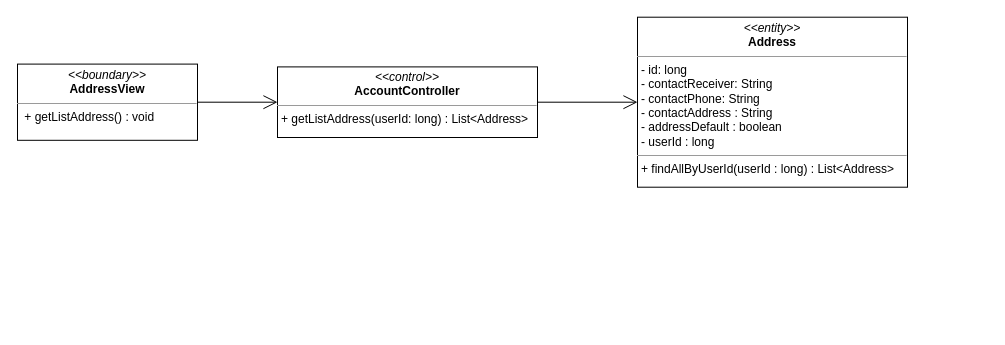
The draw.io diagram class diagram/get-list-address-class-diagram.drawio in nguyenphamvan/datn_20202, before the edit. Source tidied: cells renumbered, new cells numbered last; positions are measured from the earlier drawing's top-left corner, leaving out a move shared by most shapes. Both pictures are drawn from the tidied source at 100%, with x=0, y=0 at pixel (17, 17).
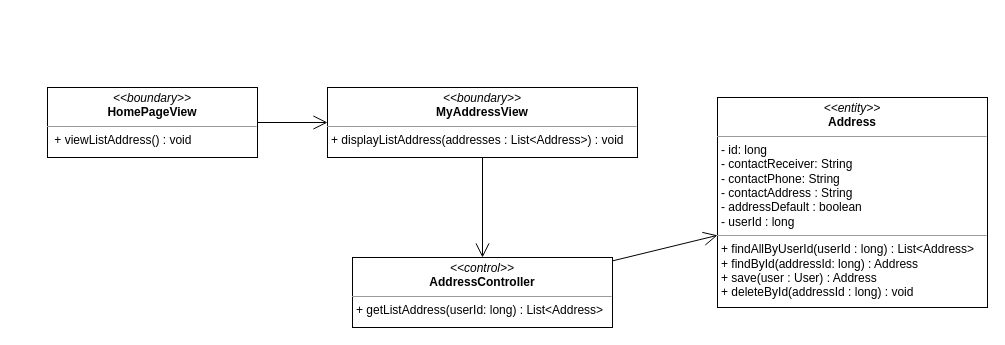
After the change.

Diff of the diagram source:
```diff
@@
 <mxGraphModel>
   <root>
     <mxCell id="0" />
     <mxCell id="1" parent="0" />
-    <mxCell id="2" value="&lt;p style=&quot;margin: 0px ; margin-top: 4px ; text-align: center&quot;&gt;&lt;i&gt;&amp;lt;&amp;lt;boundary&amp;gt;&amp;gt;&lt;/i&gt;&lt;br&gt;&lt;b&gt;AddressView&lt;/b&gt;&lt;/p&gt;&lt;hr size=&quot;1&quot;&gt;&lt;p style=&quot;margin: 0px ; margin-left: 4px&quot;&gt;&lt;span&gt;&amp;nbsp;&lt;/span&gt;&lt;span&gt;+ getListAddress() : void&lt;/span&gt;&lt;/p&gt;" style="verticalAlign=top;align=left;overflow=fill;fontSize=12;fontFamily=Helvetica;html=1;" parent="1" vertex="1">
-      <mxGeometry y="46.6" width="180" height="76.2" as="geometry" />
+    <mxCell id="2" value="&lt;p style=&quot;margin: 0px ; margin-top: 4px ; text-align: center&quot;&gt;&lt;i&gt;&amp;lt;&amp;lt;boundary&amp;gt;&amp;gt;&lt;/i&gt;&lt;br&gt;&lt;b&gt;MyAddressView&lt;/b&gt;&lt;/p&gt;&lt;hr size=&quot;1&quot;&gt;&lt;p style=&quot;margin: 0px ; margin-left: 4px&quot;&gt;&lt;span&gt;+ displayListAddress(addresses : List&amp;lt;Address&amp;gt;) : void&lt;/span&gt;&lt;/p&gt;&lt;p style=&quot;margin: 0px ; margin-left: 4px&quot;&gt;&lt;br&gt;&lt;/p&gt;" style="verticalAlign=top;align=left;overflow=fill;fontSize=12;fontFamily=Helvetica;html=1;" parent="1" vertex="1">
+      <mxGeometry x="310" y="70" width="310" height="70" as="geometry" />
     </mxCell>
-    <mxCell id="3" style="endArrow=open;endFill=1;endSize=12;html=1;exitX=1;exitY=0.5;exitDx=0;exitDy=0;" parent="1" edge="1" source="2" target="5">
+    <mxCell id="3" style="endArrow=open;endFill=1;endSize=12;html=1;" parent="1" edge="1" source="2" target="5">
       <mxGeometry relative="1" as="geometry" />
     </mxCell>
-    <mxCell id="4" value="&lt;p style=&quot;margin: 0px ; margin-top: 4px ; text-align: center&quot;&gt;&lt;i&gt;&amp;lt;&amp;lt;entity&amp;gt;&amp;gt;&lt;/i&gt;&lt;br&gt;&lt;b&gt;Address&lt;/b&gt;&lt;/p&gt;&lt;hr size=&quot;1&quot;&gt;&lt;p style=&quot;margin: 0px ; margin-left: 4px&quot;&gt;- id: long&lt;/p&gt;&lt;p style=&quot;margin: 0px ; margin-left: 4px&quot;&gt;- contactReceiver: String&lt;br&gt;- contactPhone: String&lt;/p&gt;&lt;p style=&quot;margin: 0px ; margin-left: 4px&quot;&gt;- contactAddress : String&lt;/p&gt;&lt;p style=&quot;margin: 0px ; margin-left: 4px&quot;&gt;- addressDefault : boolean&lt;/p&gt;&lt;p style=&quot;margin: 0px ; margin-left: 4px&quot;&gt;- userId : long&lt;/p&gt;&lt;hr size=&quot;1&quot;&gt;&lt;p style=&quot;margin: 0px ; margin-left: 4px&quot;&gt;+ findAllByUserId(userId : long) : List&amp;lt;Address&amp;gt;&lt;/p&gt;" style="verticalAlign=top;align=left;overflow=fill;fontSize=12;fontFamily=Helvetica;html=1;" parent="1" vertex="1">
-      <mxGeometry x="620" y="-0.3" width="270" height="170" as="geometry" />
+    <mxCell id="4" value="&lt;p style=&quot;margin: 0px ; margin-top: 4px ; text-align: center&quot;&gt;&lt;i&gt;&amp;lt;&amp;lt;entity&amp;gt;&amp;gt;&lt;/i&gt;&lt;br&gt;&lt;b&gt;Address&lt;/b&gt;&lt;/p&gt;&lt;hr size=&quot;1&quot;&gt;&lt;p style=&quot;margin: 0px ; margin-left: 4px&quot;&gt;- id: long&lt;/p&gt;&lt;p style=&quot;margin: 0px ; margin-left: 4px&quot;&gt;- contactReceiver: String&lt;br&gt;- contactPhone: String&lt;/p&gt;&lt;p style=&quot;margin: 0px ; margin-left: 4px&quot;&gt;- contactAddress : String&lt;/p&gt;&lt;p style=&quot;margin: 0px ; margin-left: 4px&quot;&gt;- addressDefault : boolean&lt;/p&gt;&lt;p style=&quot;margin: 0px ; margin-left: 4px&quot;&gt;- userId : long&lt;/p&gt;&lt;hr size=&quot;1&quot;&gt;&lt;p style=&quot;margin: 0px ; margin-left: 4px&quot;&gt;+ findAllByUserId(userId : long) : List&amp;lt;Address&amp;gt;&lt;/p&gt;&lt;p style=&quot;margin: 0px 0px 0px 4px&quot;&gt;+ findById(addressId: long) : Address&lt;/p&gt;&lt;p style=&quot;margin: 0px 0px 0px 4px&quot;&gt;+ save(user : User) : Address&lt;/p&gt;&lt;p style=&quot;margin: 0px 0px 0px 4px&quot;&gt;+ deleteById(addressId : long) : void&lt;/p&gt;" style="verticalAlign=top;align=left;overflow=fill;fontSize=12;fontFamily=Helvetica;html=1;" parent="1" vertex="1">
+      <mxGeometry x="700" y="80" width="270" height="210" as="geometry" />
     </mxCell>
-    <mxCell id="5" value="&lt;p style=&quot;margin: 0px ; margin-top: 4px ; text-align: center&quot;&gt;&lt;i&gt;&amp;lt;&amp;lt;control&amp;gt;&amp;gt;&lt;/i&gt;&lt;br&gt;&lt;b&gt;AccountController&lt;/b&gt;&lt;br&gt;&lt;/p&gt;&lt;hr size=&quot;1&quot;&gt;&lt;p style=&quot;margin: 0px ; margin-left: 4px&quot;&gt;&lt;/p&gt;&lt;p style=&quot;margin: 0px ; margin-left: 4px&quot;&gt;+ getListAddress(userId: long) : List&amp;lt;Address&amp;gt;&lt;br&gt;&lt;/p&gt;" style="verticalAlign=top;align=left;overflow=fill;fontSize=12;fontFamily=Helvetica;html=1;" parent="1" vertex="1">
-      <mxGeometry x="260" y="49.4" width="260" height="70.6" as="geometry" />
+    <mxCell id="5" value="&lt;p style=&quot;margin: 0px ; margin-top: 4px ; text-align: center&quot;&gt;&lt;i&gt;&amp;lt;&amp;lt;control&amp;gt;&amp;gt;&lt;/i&gt;&lt;br&gt;&lt;b&gt;AddressController&lt;/b&gt;&lt;br&gt;&lt;/p&gt;&lt;hr size=&quot;1&quot;&gt;&lt;p style=&quot;margin: 0px ; margin-left: 4px&quot;&gt;&lt;/p&gt;&lt;p style=&quot;margin: 0px ; margin-left: 4px&quot;&gt;+ getListAddress(userId: long) : List&amp;lt;Address&amp;gt;&lt;/p&gt;" style="verticalAlign=top;align=left;overflow=fill;fontSize=12;fontFamily=Helvetica;html=1;" parent="1" vertex="1">
+      <mxGeometry x="335" y="240" width="260" height="70" as="geometry" />
     </mxCell>
     <mxCell id="6" style="endArrow=open;endFill=1;endSize=12;html=1;" parent="1" edge="1" source="5" target="4">
       <mxGeometry relative="1" as="geometry" />
     </mxCell>
+    <mxCell id="7" value="&lt;p style=&quot;margin: 0px ; margin-top: 4px ; text-align: center&quot;&gt;&lt;i&gt;&amp;lt;&amp;lt;boundary&amp;gt;&amp;gt;&lt;/i&gt;&lt;br&gt;&lt;b&gt;HomePageView&lt;/b&gt;&lt;/p&gt;&lt;hr size=&quot;1&quot;&gt;&lt;p style=&quot;margin: 0px ; margin-left: 4px&quot;&gt;&lt;span&gt;&amp;nbsp;&lt;/span&gt;&lt;span&gt;+ viewListAddress() : void&lt;/span&gt;&lt;/p&gt;" style="verticalAlign=top;align=left;overflow=fill;fontSize=12;fontFamily=Helvetica;html=1;" parent="1" vertex="1">
+      <mxGeometry x="30" y="70" width="210" height="70" as="geometry" />
+    </mxCell>
+    <mxCell id="8" style="endArrow=open;endFill=1;endSize=12;html=1;" parent="1" edge="1" source="7" target="2">
+      <mxGeometry relative="1" as="geometry" />
+    </mxCell>
   </root>
 </mxGraphModel>
```
